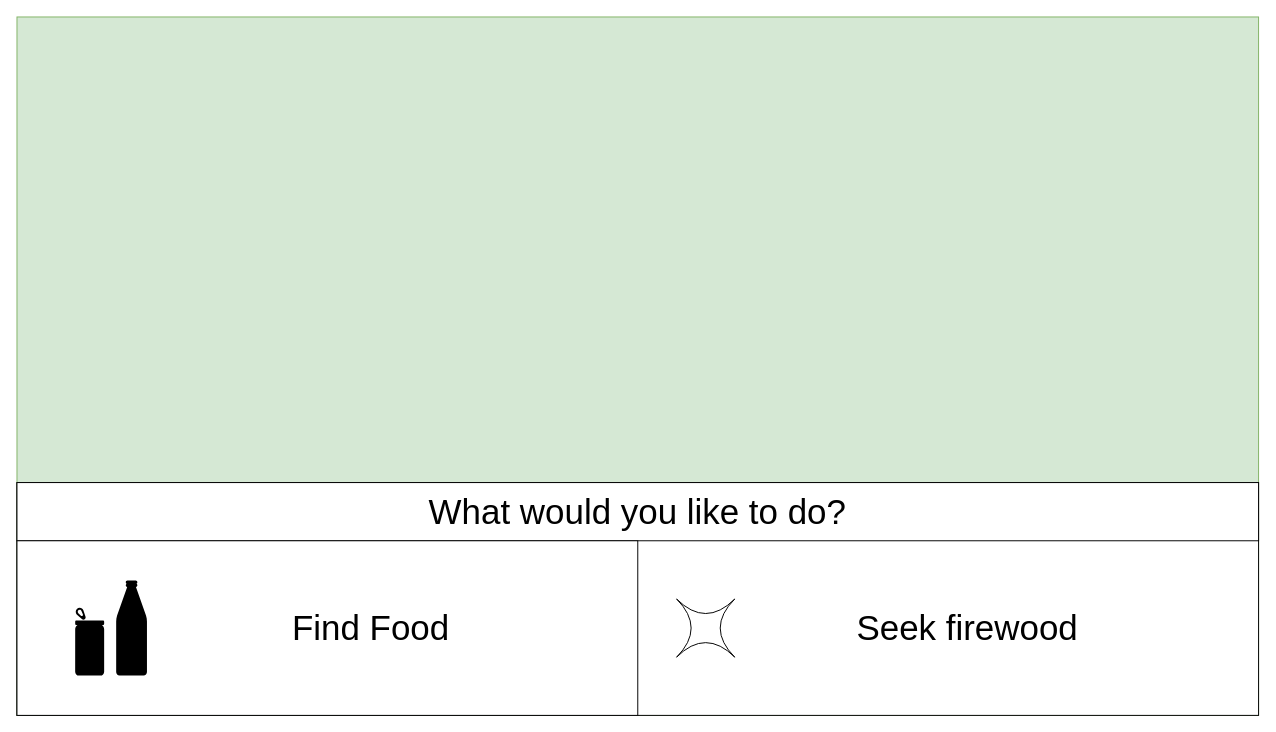
This is docs/wireframes/CampsiteMockup.drawio from divark/escaping-the-depths, a draw.io file, before an edit. Source tidied: cells renumbered, new cells numbered last; positions are measured from the earlier drawing's top-left corner, leaving out a move shared by most shapes. Both pictures are drawn from the tidied source at 97%, with x=0, y=0 at pixel (16, 16).
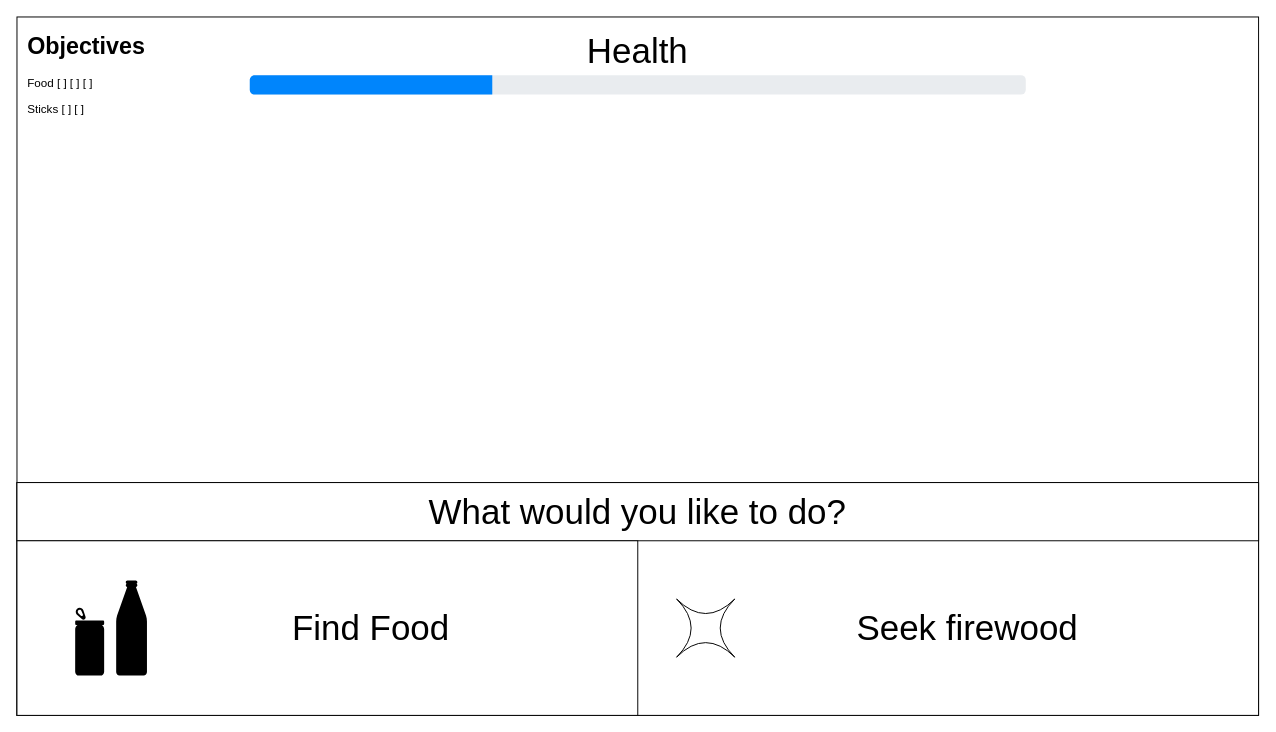
Above is the later version.

What changed in the source:
```diff
@@
 <mxGraphModel>
   <root>
     <mxCell id="0" />
     <mxCell id="1" parent="0" />
-    <mxCell id="2" style="rounded=0;whiteSpace=wrap;html=1;fillColor=#d5e8d4;strokeColor=#82b366;" parent="1" vertex="1">
+    <mxCell id="2" style="rounded=0;whiteSpace=wrap;html=1;" parent="1" vertex="1">
       <mxGeometry width="1280" height="720" as="geometry" />
     </mxCell>
     <mxCell id="3" style="rounded=0;whiteSpace=wrap;html=1;" parent="1" vertex="1">
       <mxGeometry y="480" width="1280" height="240" as="geometry" />
     </mxCell>
     <mxCell id="4" value="&lt;font style=&quot;font-size: 36px;&quot;&gt;What would you like to do?&lt;/font&gt;" style="rounded=0;whiteSpace=wrap;html=1;" parent="1" vertex="1">
       <mxGeometry y="480" width="1280" height="60" as="geometry" />
     </mxCell>
     <mxCell id="5" style="rounded=0;whiteSpace=wrap;html=1;" parent="1" vertex="1">
       <mxGeometry y="540" width="640" height="180" as="geometry" />
     </mxCell>
     <mxCell id="6" style="shape=mxgraph.signs.food.cans_and_bottles;html=1;fillColor=#000000;strokeColor=none;verticalLabelPosition=bottom;verticalAlign=top;align=center;" parent="1" vertex="1">
       <mxGeometry x="60" y="581" width="74" height="98" as="geometry" />
     </mxCell>
     <mxCell id="7" value="&lt;font style=&quot;font-size: 36px;&quot;&gt;Find Food&lt;/font&gt;" style="text;html=1;align=center;verticalAlign=middle;whiteSpace=wrap;rounded=0;" parent="1" vertex="1">
       <mxGeometry x="220" y="580" width="290" height="100" as="geometry" />
     </mxCell>
     <mxCell id="8" style="shape=switch;whiteSpace=wrap;html=1;" parent="1" vertex="1">
       <mxGeometry x="680" y="600" width="60" height="60" as="geometry" />
     </mxCell>
     <mxCell id="9" value="&lt;font style=&quot;font-size: 36px;&quot;&gt;Seek firewood&lt;/font&gt;" style="text;html=1;align=center;verticalAlign=middle;whiteSpace=wrap;rounded=0;" parent="1" vertex="1">
       <mxGeometry x="850" y="597.5" width="260" height="65" as="geometry" />
     </mxCell>
+    <mxCell id="10" value="&lt;h1 style=&quot;margin-top: 0px;&quot;&gt;Objectives&lt;/h1&gt;&lt;p&gt;Food [ ] [ ] [ ]&lt;/p&gt;&lt;p&gt;Sticks [ ] [ ]&lt;/p&gt;" style="text;html=1;whiteSpace=wrap;overflow=hidden;rounded=0;" parent="1" vertex="1">
+      <mxGeometry x="8.5" y="10" width="177" height="120" as="geometry" />
+    </mxCell>
+    <mxCell id="11" style="html=1;shadow=0;dashed=0;shape=mxgraph.bootstrap.rrect;rSize=5;fillColor=#E9ECEF;strokeColor=none;" parent="1" vertex="1">
+      <mxGeometry x="240" y="60" width="800" height="20" as="geometry" />
+    </mxCell>
+    <mxCell id="12" style="html=1;shadow=0;dashed=0;shape=mxgraph.bootstrap.leftButton;rSize=5;fillColor=#0085FC;strokeColor=none;" parent="11" vertex="1">
+      <mxGeometry width="250" height="20" relative="1" as="geometry" />
+    </mxCell>
+    <mxCell id="13" value="&lt;font style=&quot;font-size: 36px;&quot;&gt;Health&lt;/font&gt;" style="text;html=1;align=center;verticalAlign=middle;whiteSpace=wrap;rounded=0;" parent="1" vertex="1">
+      <mxGeometry x="565" y="10" width="150" height="50" as="geometry" />
+    </mxCell>
   </root>
 </mxGraphModel>
```
